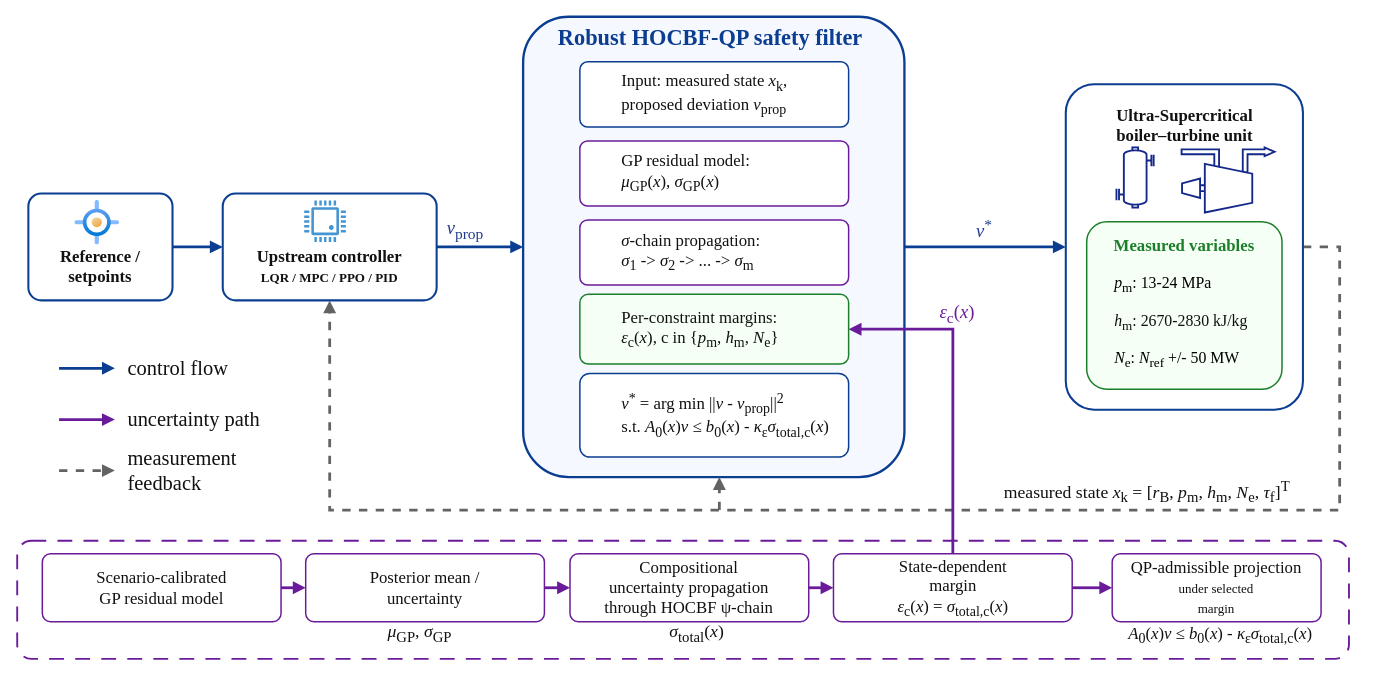
Above: paper/Figure1_Robust_HOCBF_architecture_mathjax.drawio in VickylastShao/Robust-HOCBF-Safety-Filtering-for-Supercritical-Power-Plants-under-Model-Mismatch (draw.io), before the change. Source tidied: cells renumbered, new cells numbered last; positions are measured from the earlier drawing's top-left corner, leaving out a move shared by most shapes. Both pictures are drawn from the tidied source at 93%, with x=0, y=0 at pixel (17, 17).
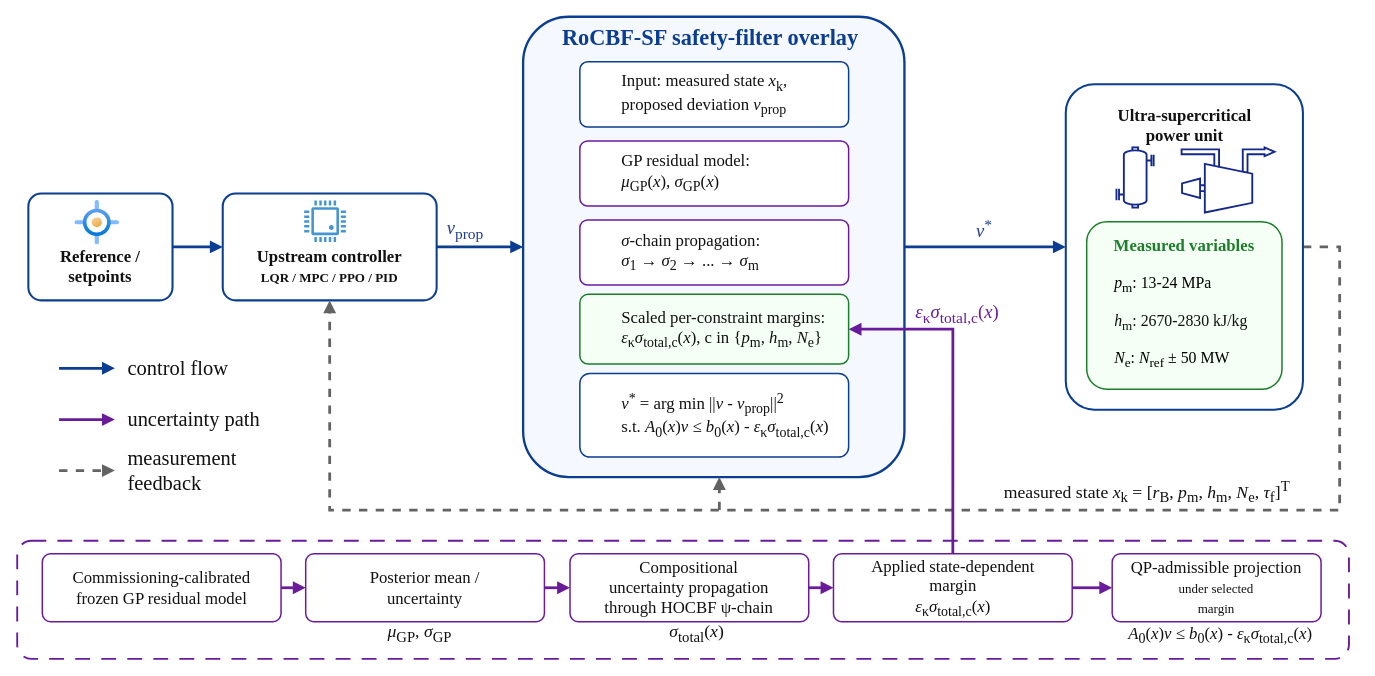
The same page after the edit.

The change refers to these unchanged cells:
```xml
<mxCell id="34" style="group;" parent="1" vertex="1">
  <mxGeometry x="1127.5" y="72" width="255" height="350" as="geometry" />
</mxCell>
<mxCell id="36" style="group;fontSize=14;" parent="34" vertex="1">
  <mxGeometry x="22.5" y="148" width="226" height="180" as="geometry" />
</mxCell>
<mxCell id="43" style="group;spacingLeft=0;" parent="1" vertex="1">
  <mxGeometry x="605" y="48" width="289" height="425" as="geometry" />
</mxCell>
```

The edit, as a diff of the source:
```diff
@@
-    <mxCell id="5" value="&lt;b&gt;&lt;font color=&quot;#0B3D91&quot; style=&quot;font-size:24px&quot;&gt;Robust HOCBF-QP safety filter&lt;/font&gt;&lt;/b&gt;" style="text;html=1;strokeColor=none;fillColor=none;align=center;verticalAlign=middle;whiteSpace=wrap;fontFamily=Times New Roman;fontColor=#111111;" parent="1" vertex="1">
+    <mxCell id="5" value="&lt;b&gt;&lt;font color=&quot;#0B3D91&quot; style=&quot;font-size:24px&quot;&gt;RoCBF-SF safety-filter overlay&lt;/font&gt;&lt;/b&gt;" style="text;html=1;strokeColor=none;fillColor=none;align=center;verticalAlign=middle;whiteSpace=wrap;fontFamily=Times New Roman;fontColor=#111111;" parent="1" vertex="1">
       <mxGeometry x="508" y="4" width="475" height="36" as="geometry" />
     </mxCell>
@@
-    <mxCell id="23" value="&lt;i&gt;A&lt;/i&gt;&lt;sub&gt;0&lt;/sub&gt;(&lt;i&gt;x&lt;/i&gt;)&lt;i&gt;v&lt;/i&gt; ≤ &lt;i&gt;b&lt;/i&gt;&lt;sub&gt;0&lt;/sub&gt;(&lt;i&gt;x&lt;/i&gt;) - &lt;i&gt;κ&lt;/i&gt;&lt;sub&gt;ε&lt;/sub&gt;&lt;i&gt;σ&lt;/i&gt;&lt;sub&gt;total,c&lt;/sub&gt;(&lt;i&gt;x&lt;/i&gt;)" style="text;html=1;strokeColor=none;fillColor=none;align=center;verticalAlign=middle;whiteSpace=wrap;fontFamily=Times New Roman;fontColor=#111111;fontSize=18;" parent="1" vertex="1">
+    <mxCell id="23" value="&lt;i&gt;A&lt;/i&gt;&lt;sub&gt;0&lt;/sub&gt;(&lt;i&gt;x&lt;/i&gt;)&lt;i&gt;v&lt;/i&gt; ≤ &lt;i&gt;b&lt;/i&gt;&lt;sub&gt;0&lt;/sub&gt;(&lt;i&gt;x&lt;/i&gt;) - &lt;i&gt;ε&lt;/i&gt;&lt;sub&gt;κ&lt;/sub&gt;&lt;i&gt;σ&lt;/i&gt;&lt;sub&gt;total,c&lt;/sub&gt;(&lt;i&gt;x&lt;/i&gt;)" style="text;html=1;strokeColor=none;fillColor=none;align=center;verticalAlign=middle;whiteSpace=wrap;fontFamily=Times New Roman;fontColor=#111111;fontSize=18;" parent="1" vertex="1">
       <mxGeometry x="1144" y="650" width="300" height="30" as="geometry" />
     </mxCell>
@@
-    <mxCell id="32" value="&lt;span style=&quot;background-color: transparent;&quot;&gt;&lt;i&gt;ε&lt;/i&gt;&lt;sub&gt;c&lt;/sub&gt;(&lt;i&gt;x&lt;/i&gt;)&lt;/span&gt;" style="text;html=1;strokeColor=none;fillColor=none;align=center;verticalAlign=middle;whiteSpace=wrap;fontFamily=Times New Roman;fontColor=light-dark(#6a1b9a, #dfdfdf);fontSize=20;fontStyle=0;" parent="1" vertex="1">
+    <mxCell id="32" value="&lt;span style=&quot;background-color: transparent;&quot;&gt;&lt;i&gt;ε&lt;/i&gt;&lt;sub&gt;κ&lt;/sub&gt;&lt;i&gt;σ&lt;/i&gt;&lt;sub&gt;total,c&lt;/sub&gt;(&lt;i&gt;x&lt;/i&gt;)&lt;/span&gt;" style="text;html=1;strokeColor=none;fillColor=none;align=center;verticalAlign=middle;whiteSpace=wrap;fontFamily=Times New Roman;fontColor=light-dark(#6a1b9a, #dfdfdf);fontSize=20;fontStyle=0;" parent="1" vertex="1">
       <mxGeometry x="960.5" y="302.5" width="100" height="32" as="geometry" />
     </mxCell>
@@
-    <mxCell id="35" value="&lt;code style=&quot;&quot;&gt;&lt;font face=&quot;Times New Roman&quot;&gt;Ultra-&lt;/font&gt;&lt;/code&gt;&lt;b style=&quot;font-family: &amp;quot;Times New Roman&amp;quot;;&quot;&gt;Supercritical&lt;br&gt;boiler–turbine unit&lt;/b&gt;&lt;div&gt;&lt;b&gt;&lt;br&gt;&lt;/b&gt;&lt;/div&gt;&lt;div&gt;&lt;b&gt;&lt;br&gt;&lt;/b&gt;&lt;/div&gt;&lt;div&gt;&lt;b&gt;&lt;br&gt;&lt;/b&gt;&lt;/div&gt;&lt;div&gt;&lt;b&gt;&lt;br&gt;&lt;/b&gt;&lt;/div&gt;&lt;div&gt;&lt;b&gt;&lt;br&gt;&lt;/b&gt;&lt;/div&gt;&lt;div&gt;&lt;b&gt;&lt;br&gt;&lt;/b&gt;&lt;/div&gt;&lt;div&gt;&lt;b&gt;&lt;br&gt;&lt;/b&gt;&lt;/div&gt;&lt;div&gt;&lt;b&gt;&lt;br&gt;&lt;/b&gt;&lt;/div&gt;&lt;div&gt;&lt;b&gt;&lt;br&gt;&lt;/b&gt;&lt;/div&gt;&lt;div&gt;&lt;b&gt;&lt;br&gt;&lt;/b&gt;&lt;/div&gt;&lt;div&gt;&lt;b&gt;&lt;br&gt;&lt;/b&gt;&lt;/div&gt;&lt;div&gt;&lt;b&gt;&lt;br&gt;&lt;/b&gt;&lt;/div&gt;" style="rounded=1;whiteSpace=wrap;html=1;arcSize=12;fontFamily=Times New Roman;fontColor=#111111;strokeColor=#0B3D91;fillColor=#FFFFFF;strokeWidth=2.2;fontSize=18;fontStyle=1;" parent="34" vertex="1">
+    <mxCell id="35" value="&lt;b&gt;Ultra-supercritical&lt;br&gt;power unit&lt;/b&gt;&lt;div&gt;&lt;b&gt;&lt;br&gt;&lt;/b&gt;&lt;/div&gt;&lt;div&gt;&lt;b&gt;&lt;br&gt;&lt;/b&gt;&lt;/div&gt;&lt;div&gt;&lt;b&gt;&lt;br&gt;&lt;/b&gt;&lt;/div&gt;&lt;div&gt;&lt;b&gt;&lt;br&gt;&lt;/b&gt;&lt;/div&gt;&lt;div&gt;&lt;b&gt;&lt;br&gt;&lt;/b&gt;&lt;/div&gt;&lt;div&gt;&lt;b&gt;&lt;br&gt;&lt;/b&gt;&lt;/div&gt;&lt;div&gt;&lt;b&gt;&lt;br&gt;&lt;/b&gt;&lt;/div&gt;&lt;div&gt;&lt;b&gt;&lt;br&gt;&lt;/b&gt;&lt;/div&gt;&lt;div&gt;&lt;b&gt;&lt;br&gt;&lt;/b&gt;&lt;/div&gt;&lt;div&gt;&lt;b&gt;&lt;br&gt;&lt;/b&gt;&lt;/div&gt;&lt;div&gt;&lt;b&gt;&lt;br&gt;&lt;/b&gt;&lt;/div&gt;&lt;div&gt;&lt;b&gt;&lt;br&gt;&lt;/b&gt;&lt;/div&gt;" style="rounded=1;whiteSpace=wrap;html=1;arcSize=12;fontFamily=Times New Roman;fontColor=#111111;strokeColor=#0B3D91;fillColor=#FFFFFF;strokeWidth=2.2;fontSize=18;fontStyle=1;" parent="34" vertex="1">
       <mxGeometry width="255" height="350" as="geometry" />
     </mxCell>
@@
-    <mxCell id="40" value="&lt;span style=&quot;color: rgb(0, 0, 0); background-color: transparent;&quot;&gt;&lt;i&gt;N&lt;/i&gt;&lt;sub&gt;e&lt;/sub&gt;: &lt;i&gt;N&lt;/i&gt;&lt;sub&gt;ref&lt;/sub&gt; +/- 50 MW&lt;/span&gt;" style="text;html=1;strokeColor=none;fillColor=none;align=left;verticalAlign=middle;whiteSpace=wrap;fontFamily=Times New Roman;fontColor=#111111;fontSize=17;" parent="36" vertex="1">
+    <mxCell id="40" value="&lt;span style=&quot;color: rgb(0, 0, 0); background-color: transparent;&quot;&gt;&lt;i&gt;N&lt;/i&gt;&lt;sub&gt;e&lt;/sub&gt;: &lt;i&gt;N&lt;/i&gt;&lt;sub&gt;ref&lt;/sub&gt; ± 50 MW&lt;/span&gt;" style="text;html=1;strokeColor=none;fillColor=none;align=left;verticalAlign=middle;whiteSpace=wrap;fontFamily=Times New Roman;fontColor=#111111;fontSize=17;" parent="36" vertex="1">
       <mxGeometry x="28" y="132" width="200" height="32" as="geometry" />
     </mxCell>
@@
-    <mxCell id="46" value="&lt;i&gt;σ&lt;/i&gt;-chain propagation:&lt;br&gt;&lt;i&gt;σ&lt;/i&gt;&lt;sub&gt;1&lt;/sub&gt; -&gt; &lt;i&gt;σ&lt;/i&gt;&lt;sub&gt;2&lt;/sub&gt; -&gt; ... -&gt; &lt;i&gt;σ&lt;/i&gt;&lt;sub&gt;m&lt;/sub&gt;" style="rounded=1;whiteSpace=wrap;html=1;arcSize=12;fontFamily=Times New Roman;fontColor=#111111;strokeColor=#6A1B9A;fillColor=#FFFFFF;strokeWidth=1.6;fontSize=18;align=left;spacingLeft=43;" parent="43" vertex="1">
+    <mxCell id="46" value="&lt;i&gt;σ&lt;/i&gt;-chain propagation:&lt;br&gt;&lt;i&gt;σ&lt;/i&gt;&lt;sub&gt;1&lt;/sub&gt; → &lt;i&gt;σ&lt;/i&gt;&lt;sub&gt;2&lt;/sub&gt; → ... → &lt;i&gt;σ&lt;/i&gt;&lt;sub&gt;m&lt;/sub&gt;" style="rounded=1;whiteSpace=wrap;html=1;arcSize=12;fontFamily=Times New Roman;fontColor=#111111;strokeColor=#6A1B9A;fillColor=#FFFFFF;strokeWidth=1.6;fontSize=18;align=left;spacingLeft=43;" parent="43" vertex="1">
       <mxGeometry y="170" width="289" height="70" as="geometry" />
     </mxCell>
-    <mxCell id="47" value="Per-constraint margins:&lt;br&gt;&lt;i&gt;ε&lt;/i&gt;&lt;sub&gt;c&lt;/sub&gt;(&lt;i&gt;x&lt;/i&gt;), c in {&lt;i&gt;p&lt;/i&gt;&lt;sub&gt;m&lt;/sub&gt;, &lt;i&gt;h&lt;/i&gt;&lt;sub&gt;m&lt;/sub&gt;, &lt;i&gt;N&lt;/i&gt;&lt;sub&gt;e&lt;/sub&gt;}" style="rounded=1;whiteSpace=wrap;html=1;arcSize=12;fontFamily=Times New Roman;fontColor=#111111;strokeColor=#1B7F2A;fillColor=#F5FFF5;strokeWidth=1.6;fontSize=18;align=left;spacingLeft=43;" parent="43" vertex="1">
+    <mxCell id="47" value="Scaled per-constraint margins:&lt;br&gt;&lt;i&gt;ε&lt;/i&gt;&lt;sub&gt;κ&lt;/sub&gt;&lt;i&gt;σ&lt;/i&gt;&lt;sub&gt;total,c&lt;/sub&gt;(&lt;i&gt;x&lt;/i&gt;), c in {&lt;i&gt;p&lt;/i&gt;&lt;sub&gt;m&lt;/sub&gt;, &lt;i&gt;h&lt;/i&gt;&lt;sub&gt;m&lt;/sub&gt;, &lt;i&gt;N&lt;/i&gt;&lt;sub&gt;e&lt;/sub&gt;}" style="rounded=1;whiteSpace=wrap;html=1;arcSize=12;fontFamily=Times New Roman;fontColor=#111111;strokeColor=#1B7F2A;fillColor=#F5FFF5;strokeWidth=1.6;fontSize=18;align=left;spacingLeft=43;" parent="43" vertex="1">
       <mxGeometry y="250" width="289" height="75" as="geometry" />
     </mxCell>
-    <mxCell id="48" value="&lt;i&gt;v&lt;/i&gt;&lt;sup&gt;*&lt;/sup&gt; = arg min ||&lt;i&gt;v&lt;/i&gt; - &lt;i&gt;v&lt;/i&gt;&lt;sub&gt;prop&lt;/sub&gt;||&lt;sup&gt;2&lt;/sup&gt;&lt;br&gt;s.t. &lt;i&gt;A&lt;/i&gt;&lt;sub&gt;0&lt;/sub&gt;(&lt;i&gt;x&lt;/i&gt;)&lt;i&gt;v&lt;/i&gt; ≤ &lt;i&gt;b&lt;/i&gt;&lt;sub&gt;0&lt;/sub&gt;(&lt;i&gt;x&lt;/i&gt;) - &lt;i&gt;κ&lt;/i&gt;&lt;sub&gt;ε&lt;/sub&gt;&lt;i&gt;σ&lt;/i&gt;&lt;sub&gt;total,c&lt;/sub&gt;(&lt;i&gt;x&lt;/i&gt;)" style="rounded=1;whiteSpace=wrap;html=1;arcSize=12;fontFamily=Times New Roman;fontColor=#111111;strokeColor=#0B3D91;fillColor=#FFFFFF;strokeWidth=1.6;fontSize=18;align=left;spacingLeft=43;" parent="43" vertex="1">
+    <mxCell id="48" value="&lt;i&gt;v&lt;/i&gt;&lt;sup&gt;*&lt;/sup&gt; = arg min ||&lt;i&gt;v&lt;/i&gt; - &lt;i&gt;v&lt;/i&gt;&lt;sub&gt;prop&lt;/sub&gt;||&lt;sup&gt;2&lt;/sup&gt;&lt;br&gt;s.t. &lt;i&gt;A&lt;/i&gt;&lt;sub&gt;0&lt;/sub&gt;(&lt;i&gt;x&lt;/i&gt;)&lt;i&gt;v&lt;/i&gt; ≤ &lt;i&gt;b&lt;/i&gt;&lt;sub&gt;0&lt;/sub&gt;(&lt;i&gt;x&lt;/i&gt;) - &lt;i&gt;ε&lt;/i&gt;&lt;sub&gt;κ&lt;/sub&gt;&lt;i&gt;σ&lt;/i&gt;&lt;sub&gt;total,c&lt;/sub&gt;(&lt;i&gt;x&lt;/i&gt;)" style="rounded=1;whiteSpace=wrap;html=1;arcSize=12;fontFamily=Times New Roman;fontColor=#111111;strokeColor=#0B3D91;fillColor=#FFFFFF;strokeWidth=1.6;fontSize=18;align=left;spacingLeft=43;" parent="43" vertex="1">
       <mxGeometry y="335" width="289" height="90" as="geometry" />
     </mxCell>
-    <mxCell id="49" value="Scenario-calibrated&lt;br&gt;GP residual model" style="rounded=1;whiteSpace=wrap;html=1;arcSize=12;fontFamily=Times New Roman;fontColor=#111111;strokeColor=#6A1B9A;fillColor=#FFFFFF;strokeWidth=1.6;fontSize=18;" parent="1" vertex="1">
+    <mxCell id="49" value="Commissioning-calibrated&lt;br&gt;frozen GP residual model" style="rounded=1;whiteSpace=wrap;html=1;arcSize=12;fontFamily=Times New Roman;fontColor=#111111;strokeColor=#6A1B9A;fillColor=#FFFFFF;strokeWidth=1.6;fontSize=18;" parent="1" vertex="1">
       <mxGeometry x="27" y="577" width="256.7" height="73" as="geometry" />
     </mxCell>
@@
-    <mxCell id="52" value="State-dependent&lt;br&gt;margin&lt;br&gt;&lt;i&gt;ε&lt;/i&gt;&lt;sub&gt;c&lt;/sub&gt;(&lt;i&gt;x&lt;/i&gt;) = &lt;i&gt;σ&lt;/i&gt;&lt;sub&gt;total,c&lt;/sub&gt;(&lt;i&gt;x&lt;/i&gt;)" style="rounded=1;whiteSpace=wrap;html=1;arcSize=12;fontFamily=Times New Roman;fontColor=#111111;strokeColor=#6A1B9A;fillColor=#FFFFFF;strokeWidth=1.6;fontSize=18;" parent="1" vertex="1">
+    <mxCell id="52" value="Applied state-dependent&lt;br&gt;margin&lt;br&gt;&lt;i&gt;ε&lt;/i&gt;&lt;sub&gt;κ&lt;/sub&gt;&lt;i&gt;σ&lt;/i&gt;&lt;sub&gt;total,c&lt;/sub&gt;(&lt;i&gt;x&lt;/i&gt;)" style="rounded=1;whiteSpace=wrap;html=1;arcSize=12;fontFamily=Times New Roman;fontColor=#111111;strokeColor=#6A1B9A;fillColor=#FFFFFF;strokeWidth=1.6;fontSize=18;" parent="1" vertex="1">
       <mxGeometry x="877.7" y="577" width="256.7" height="73" as="geometry" />
     </mxCell>
```
